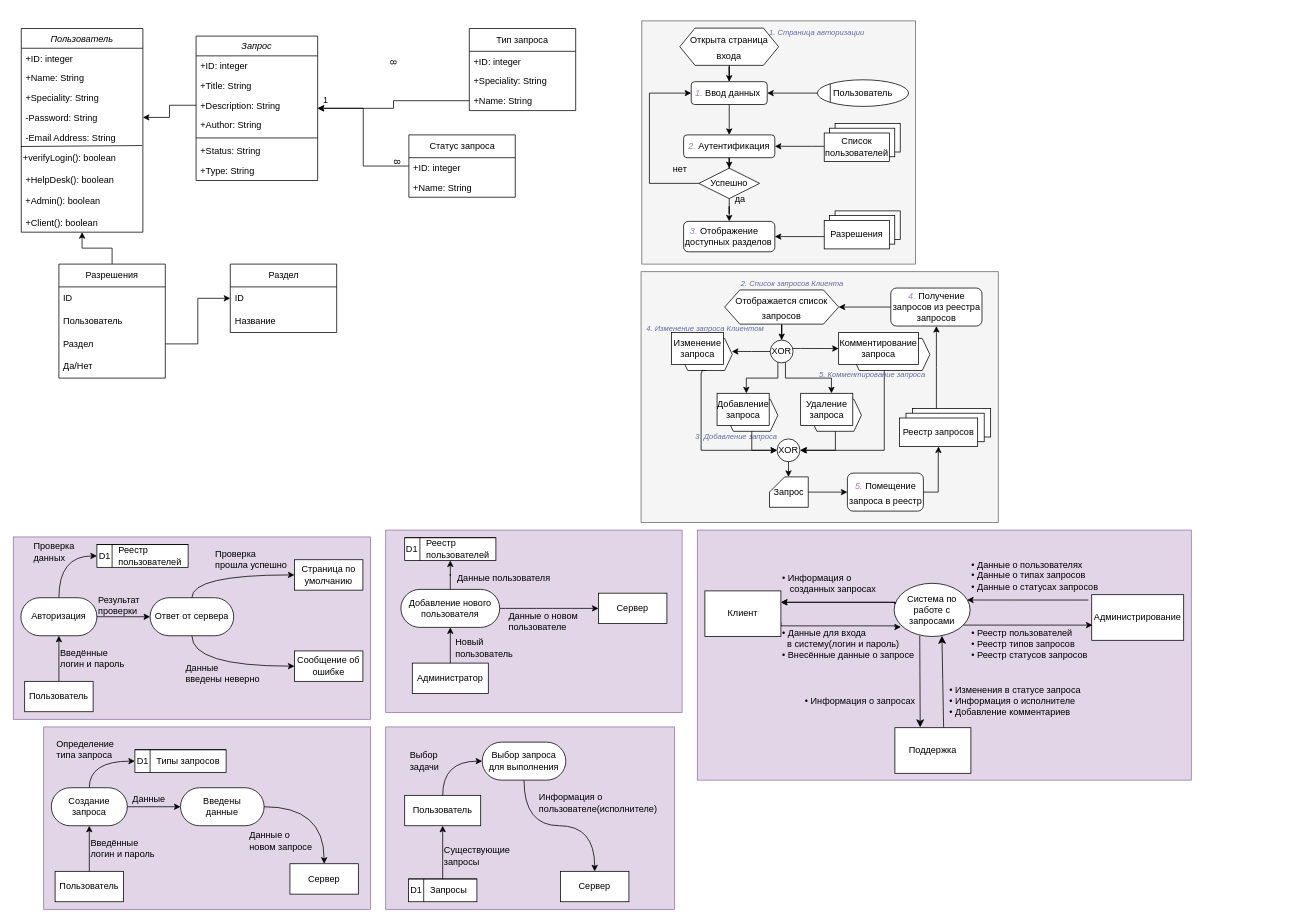
Above: Диаграмма без названия.drawio in Fuamau/BlogProvider (draw.io), before the change. Source tidied: cells renumbered, new cells numbered last; positions are measured from the earlier drawing's top-left corner, leaving out a move shared by most shapes. Both pictures are drawn from the tidied source at 76%, with x=0, y=0 at pixel (13, 21).
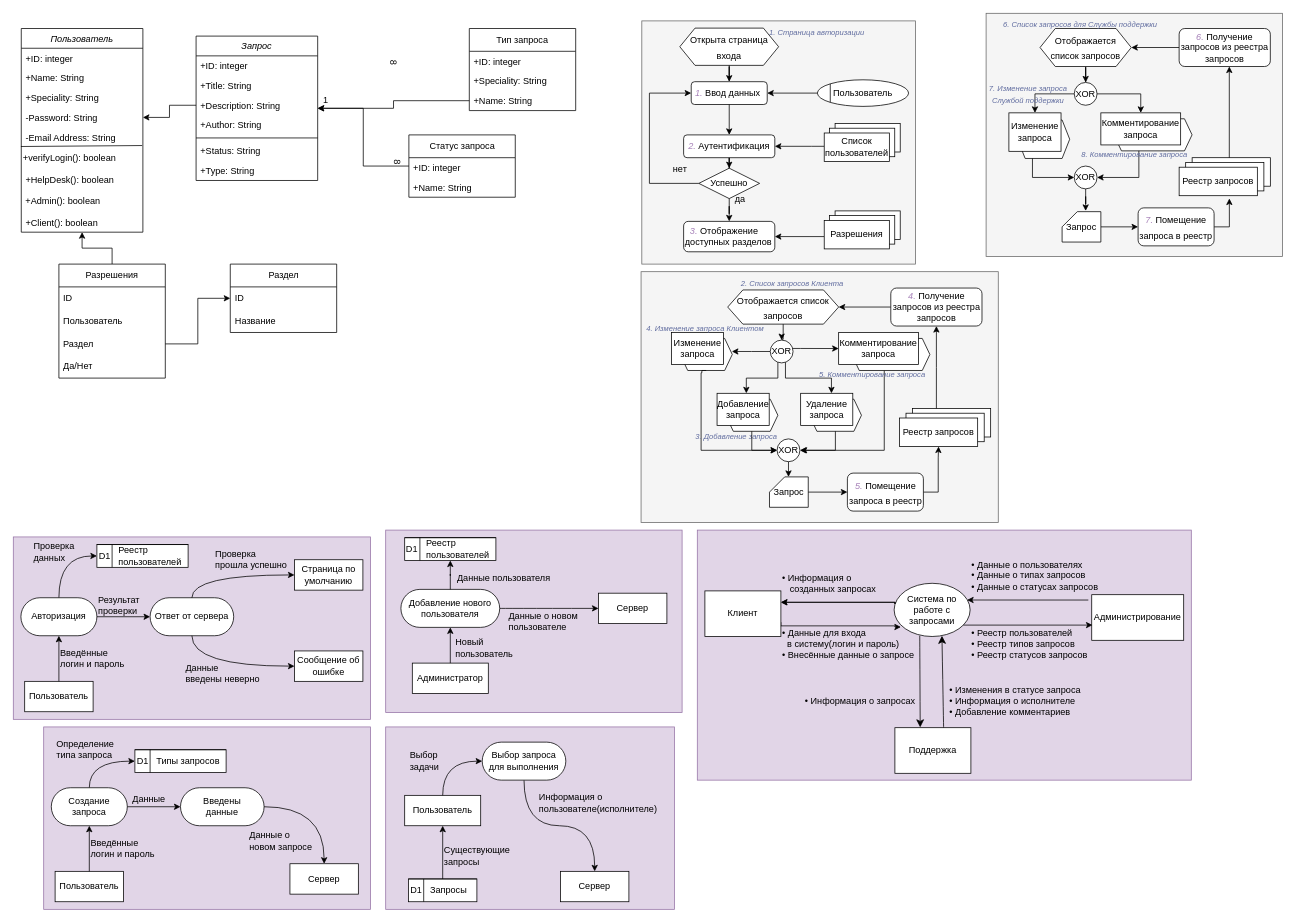
The same diagram, later.

The change refers to these unchanged cells:
```xml
<mxCell id="151" style="group;" parent="1" vertex="1">
  <mxGeometry x="820" y="330" width="476" height="330" as="geometry" />
</mxCell>
```

What changed in the source:
```diff
@@
+    <mxCell id="193" style="text;strokeColor=#666666;fillColor=#f5f5f5;align=left;verticalAlign=middle;spacingTop=-1;spacingLeft=4;spacingRight=4;labelPosition=right;fontColor=#333333;" parent="1" vertex="1">
+      <mxGeometry x="1280" y="-10" width="390" height="320" as="geometry" />
+    </mxCell>
@@
     <mxCell id="153" value="&lt;font style=&quot;font-size: 12px;&quot;&gt;Отображается список запросов&lt;/font&gt;" style="shape=hexagon;perimeter=hexagonPerimeter2;whiteSpace=wrap;html=1;fixedSize=1;fontSize=16;" parent="151" vertex="1">
-      <mxGeometry x="116" y="24" width="150" height="45" as="geometry" />
+      <mxGeometry x="120" y="24" width="146" height="45" as="geometry" />
     </mxCell>
@@
+    <mxCell id="194" style="edgeStyle=orthogonalEdgeStyle;rounded=0;jettySize=auto;html=1;entryX=0.5;entryY=0;entryDx=0;entryDy=0;" parent="1" edge="1" source="195" target="198">
+      <mxGeometry relative="1" as="geometry" />
+    </mxCell>
+    <mxCell id="195" value="&lt;font style=&quot;font-size: 12px;&quot;&gt;Отображается список запросов&lt;/font&gt;" style="shape=hexagon;perimeter=hexagonPerimeter2;whiteSpace=wrap;html=1;fixedSize=1;fontSize=16;" parent="1" vertex="1">
+      <mxGeometry x="1351" y="10" width="120" height="50" as="geometry" />
+    </mxCell>
+    <mxCell id="196" style="edgeStyle=orthogonalEdgeStyle;rounded=0;jettySize=auto;html=1;entryX=0.5;entryY=0;entryDx=0;entryDy=0;" parent="1" edge="1" source="198" target="201">
+      <mxGeometry relative="1" as="geometry" />
+    </mxCell>
+    <mxCell id="197" style="edgeStyle=orthogonalEdgeStyle;rounded=0;jettySize=auto;html=1;entryX=0.5;entryY=0;entryDx=0;entryDy=0;" parent="1" edge="1" source="198" target="204">
+      <mxGeometry relative="1" as="geometry" />
+    </mxCell>
+    <mxCell id="198" value="XOR" style="ellipse;whiteSpace=wrap;html=1;" parent="1" vertex="1">
+      <mxGeometry x="1396" y="81" width="30" height="30" as="geometry" />
+    </mxCell>
+    <mxCell id="199" style="group;" parent="1" vertex="1">
+      <mxGeometry x="1310" y="121" width="180" height="85.6" as="geometry" />
+    </mxCell>
+    <mxCell id="200" style="shape=hexagon;perimeter=hexagonPerimeter2;whiteSpace=wrap;html=1;fixedSize=1;fontSize=16;size=10;" parent="199" vertex="1">
+      <mxGeometry x="11.4" y="9.4" width="68.6" height="50.6" as="geometry" />
+    </mxCell>
+    <mxCell id="201" value="Изменение запроса" style="whiteSpace=wrap;html=1;" parent="199" vertex="1">
+      <mxGeometry width="68.6" height="50.6" as="geometry" />
+    </mxCell>
+    <mxCell id="202" style="group;" parent="1" vertex="1">
+      <mxGeometry x="1431" y="121" width="120" height="50" as="geometry" />
+    </mxCell>
+    <mxCell id="203" style="shape=hexagon;perimeter=hexagonPerimeter2;whiteSpace=wrap;html=1;fixedSize=1;fontSize=16;size=10;" parent="202" vertex="1">
+      <mxGeometry x="17.1" y="7.8" width="102.9" height="42.2" as="geometry" />
+    </mxCell>
+    <mxCell id="204" value="Комментирование запроса" style="whiteSpace=wrap;html=1;" parent="202" vertex="1">
+      <mxGeometry width="105" height="42.2" as="geometry" />
+    </mxCell>
+    <mxCell id="205" style="edgeStyle=orthogonalEdgeStyle;rounded=0;jettySize=auto;html=1;entryX=0.608;entryY=-0.025;entryDx=0;entryDy=0;entryPerimeter=0;" parent="1" edge="1" source="206" target="210">
+      <mxGeometry relative="1" as="geometry" />
+    </mxCell>
+    <mxCell id="206" value="XOR" style="ellipse;whiteSpace=wrap;html=1;" parent="1" vertex="1">
+      <mxGeometry x="1396" y="191" width="30" height="30" as="geometry" />
+    </mxCell>
+    <mxCell id="207" style="edgeStyle=orthogonalEdgeStyle;rounded=0;jettySize=auto;html=1;entryX=0;entryY=0.5;entryDx=0;entryDy=0;" parent="1" edge="1" source="200" target="206">
+      <mxGeometry relative="1" as="geometry">
+        <Array as="points">
+          <mxPoint x="1341" y="206" />
+        </Array>
+      </mxGeometry>
+    </mxCell>
+    <mxCell id="208" style="edgeStyle=orthogonalEdgeStyle;rounded=0;jettySize=auto;html=1;entryX=1;entryY=0.5;entryDx=0;entryDy=0;" parent="1" edge="1" source="203" target="206">
+      <mxGeometry relative="1" as="geometry">
+        <Array as="points">
+          <mxPoint x="1481" y="206" />
+        </Array>
+      </mxGeometry>
+    </mxCell>
+    <mxCell id="209" style="edgeStyle=orthogonalEdgeStyle;rounded=0;jettySize=auto;html=1;entryX=0;entryY=0.5;entryDx=0;entryDy=0;" parent="1" edge="1" source="210" target="212">
+      <mxGeometry relative="1" as="geometry" />
+    </mxCell>
+    <mxCell id="210" value="Запрос" style="shape=card;whiteSpace=wrap;html=1;size=20;" parent="1" vertex="1">
+      <mxGeometry x="1380" y="251" width="51" height="40" as="geometry" />
+    </mxCell>
+    <mxCell id="211" style="edgeStyle=orthogonalEdgeStyle;rounded=0;jettySize=auto;html=1;entryX=0.642;entryY=1.098;entryDx=0;entryDy=0;entryPerimeter=0;" parent="1" edge="1" source="212" target="216">
+      <mxGeometry relative="1" as="geometry">
+        <Array as="points">
+          <mxPoint x="1600" y="271" />
+        </Array>
+      </mxGeometry>
+    </mxCell>
+    <mxCell id="212" value="&lt;font style=&quot;font-size: 12px;&quot;&gt;&lt;font color=&quot;#a680b8&quot;&gt;&lt;i&gt;7.&lt;/i&gt;&lt;/font&gt; Помещение запроса в реестр&lt;/font&gt;" style="rounded=1;whiteSpace=wrap;html=1;fontSize=16;" parent="1" vertex="1">
+      <mxGeometry x="1480" y="246" width="100" height="50" as="geometry" />
+    </mxCell>
+    <mxCell id="213" style="group;" parent="1" vertex="1">
+      <mxGeometry x="1534" y="180" width="120" height="50" as="geometry" />
+    </mxCell>
+    <mxCell id="214" style="rounded=0;whiteSpace=wrap;html=1;" parent="213" vertex="1">
+      <mxGeometry x="17.1" width="102.9" height="37.5" as="geometry" />
+    </mxCell>
+    <mxCell id="215" style="rounded=0;whiteSpace=wrap;html=1;" parent="213" vertex="1">
+      <mxGeometry x="8.6" y="6.2" width="102.9" height="37.5" as="geometry" />
+    </mxCell>
+    <mxCell id="216" value="Реестр запросов" style="rounded=0;whiteSpace=wrap;html=1;" parent="213" vertex="1">
+      <mxGeometry y="12.5" width="102.9" height="37.5" as="geometry" />
+    </mxCell>
+    <mxCell id="217" style="edgeStyle=orthogonalEdgeStyle;rounded=0;jettySize=auto;html=1;entryX=1;entryY=0.5;entryDx=0;entryDy=0;" parent="1" edge="1" source="218" target="195">
+      <mxGeometry relative="1" as="geometry" />
+    </mxCell>
+    <mxCell id="218" value="&lt;font color=&quot;#a680b8&quot;&gt;&lt;i&gt;6.&lt;/i&gt;&lt;/font&gt; Получение запросов из реестра запросов" style="rounded=1;whiteSpace=wrap;html=1;" parent="1" vertex="1">
+      <mxGeometry x="1534" y="10" width="120" height="50" as="geometry" />
+    </mxCell>
+    <mxCell id="219" style="edgeStyle=orthogonalEdgeStyle;rounded=0;jettySize=auto;html=1;" parent="1" edge="1" source="214">
+      <mxGeometry relative="1" as="geometry">
+        <mxPoint x="1600" y="60" as="targetPoint" />
+        <Array as="points">
+          <mxPoint x="1600" y="60" />
+        </Array>
+      </mxGeometry>
+    </mxCell>
+    <mxCell id="220" value="&lt;font color=&quot;#606c9f&quot; style=&quot;font-size: 10px;&quot;&gt;&lt;i&gt;6. Список запросов для Службы поддержки&amp;nbsp;&lt;/i&gt;&lt;/font&gt;" style="text;html=1;align=center;verticalAlign=middle;strokeColor=none;fillColor=none;" parent="1" vertex="1">
+      <mxGeometry x="1290" y="-10" width="230" height="30" as="geometry" />
+    </mxCell>
+    <mxCell id="221" value="&lt;font color=&quot;#606c9f&quot; style=&quot;font-size: 10px;&quot;&gt;&lt;i&gt;7. Изменение запроса &lt;br&gt;Службой поддержки&lt;/i&gt;&lt;/font&gt;" style="text;html=1;align=center;verticalAlign=middle;strokeColor=none;fillColor=none;" parent="1" vertex="1">
+      <mxGeometry x="1270" y="76" width="130" height="40" as="geometry" />
+    </mxCell>
+    <mxCell id="222" value="&lt;font color=&quot;#606c9f&quot; style=&quot;font-size: 10px;&quot;&gt;&lt;i&gt;8. Комментирование запроса&lt;/i&gt;&lt;/font&gt;" style="text;html=1;align=center;verticalAlign=middle;strokeColor=none;fillColor=none;" parent="1" vertex="1">
+      <mxGeometry x="1395" y="161" width="160" height="30" as="geometry" />
+    </mxCell>
```
